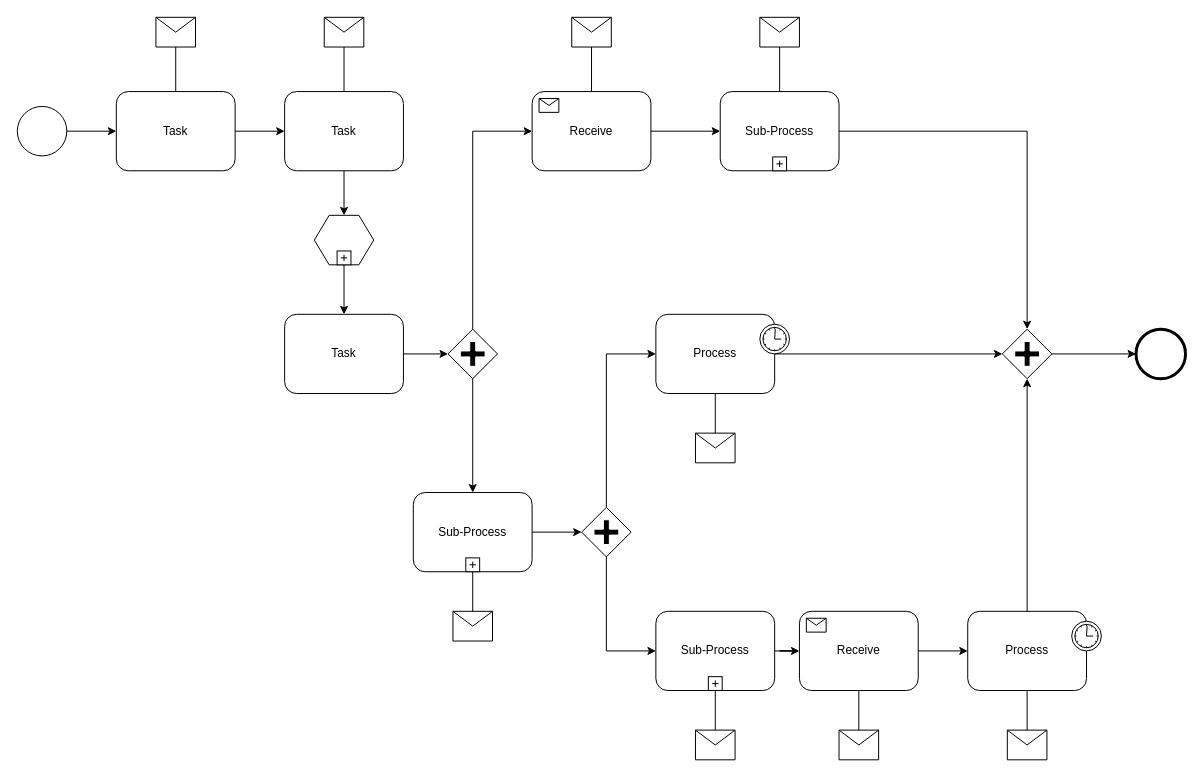
Before: Диаграмма без названия.drawio in AntonKoltsov85/Schemes, a draw.io diagram. Source tidied: cells renumbered, new cells numbered last; positions are measured from the earlier drawing's top-left corner, leaving out a move shared by most shapes. Both pictures are drawn from the tidied source at 99%, with x=0, y=0 at pixel (17, 17).
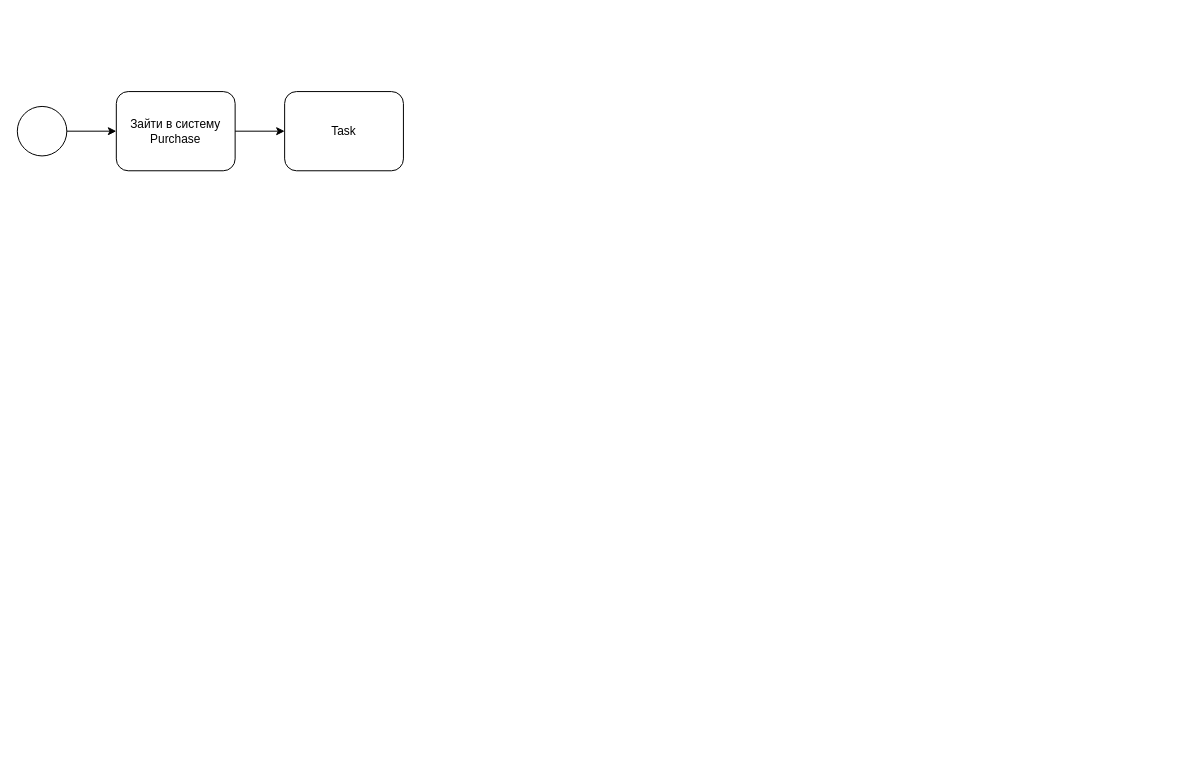
The same diagram, later.

Unchanged cells that the change refers to:
```xml
<mxCell id="4" value="Task" style="shape=ext;rounded=1;html=1;whiteSpace=wrap;" parent="1" vertex="1">
  <mxGeometry x="270" y="75" width="120" height="80" as="geometry" />
</mxCell>
```

The edit, as a diff of the source:
```diff
@@
-    <mxCell id="3" value="Task" style="shape=ext;rounded=1;html=1;whiteSpace=wrap;" parent="1" vertex="1">
+    <mxCell id="3" value="Зайти в систему Purchase" style="shape=ext;rounded=1;html=1;whiteSpace=wrap;" parent="1" vertex="1">
       <mxGeometry x="100" y="75" width="120" height="80" as="geometry" />
     </mxCell>
@@
-    <mxCell id="5" style="shape=message;whiteSpace=wrap;html=1;" parent="1" vertex="1">
-      <mxGeometry x="140" width="40" height="30" as="geometry" />
-    </mxCell>
-    <mxCell id="6" style="shape=message;whiteSpace=wrap;html=1;" parent="1" vertex="1">
-      <mxGeometry x="310" width="40" height="30" as="geometry" />
-    </mxCell>
-    <mxCell id="7" style="shape=hexagon;whiteSpace=wrap;html=1;perimeter=hexagonPerimeter;" parent="1" vertex="1">
-      <mxGeometry x="300" y="200" width="60" height="50" as="geometry" />
-    </mxCell>
-    <mxCell id="8" style="html=1;shape=plus;" parent="7" vertex="1">
-      <mxGeometry x="0.5" y="1" width="14" height="14" relative="1" as="geometry">
-        <mxPoint x="-7" y="-14" as="offset" />
-      </mxGeometry>
-    </mxCell>
-    <mxCell id="9" value="Task" style="shape=ext;rounded=1;html=1;whiteSpace=wrap;" parent="1" vertex="1">
-      <mxGeometry x="270" y="300" width="120" height="80" as="geometry" />
-    </mxCell>
-    <mxCell id="10" style="shape=mxgraph.bpmn.shape;html=1;verticalLabelPosition=bottom;labelBackgroundColor=#ffffff;verticalAlign=top;perimeter=rhombusPerimeter;background=gateway;outline=none;symbol=parallelGw;" parent="1" vertex="1">
-      <mxGeometry x="435" y="315" width="50" height="50" as="geometry" />
-    </mxCell>
-    <mxCell id="11" value="Sub-Process" style="html=1;whiteSpace=wrap;rounded=1;" parent="1" vertex="1">
-      <mxGeometry x="710" y="75" width="120" height="80" as="geometry" />
-    </mxCell>
-    <mxCell id="12" style="html=1;shape=plus;" parent="11" vertex="1">
-      <mxGeometry x="0.5" y="1" width="14" height="14" relative="1" as="geometry">
-        <mxPoint x="-7" y="-14" as="offset" />
-      </mxGeometry>
-    </mxCell>
-    <mxCell id="13" value="Receive" style="html=1;whiteSpace=wrap;rounded=1;" parent="1" vertex="1">
-      <mxGeometry x="520" y="75" width="120" height="80" as="geometry" />
-    </mxCell>
-    <mxCell id="14" style="html=1;shape=message;" parent="13" vertex="1">
-      <mxGeometry width="20" height="14" relative="1" as="geometry">
-        <mxPoint x="7" y="7" as="offset" />
-      </mxGeometry>
-    </mxCell>
-    <mxCell id="15" value="Process" style="html=1;whiteSpace=wrap;rounded=1;" parent="1" vertex="1">
-      <mxGeometry x="645" y="300" width="120" height="80" as="geometry" />
-    </mxCell>
-    <mxCell id="16" style="shape=mxgraph.bpmn.timer_start;perimeter=ellipsePerimeter;html=1;labelPosition=right;labelBackgroundColor=#ffffff;align=left;" parent="15" vertex="1">
-      <mxGeometry x="1" width="30" height="30" relative="1" as="geometry">
-        <mxPoint x="-15" y="10" as="offset" />
-      </mxGeometry>
-    </mxCell>
-    <mxCell id="17" value="Process" style="html=1;whiteSpace=wrap;rounded=1;" parent="1" vertex="1">
-      <mxGeometry x="960" y="600" width="120" height="80" as="geometry" />
-    </mxCell>
-    <mxCell id="18" style="shape=mxgraph.bpmn.timer_start;perimeter=ellipsePerimeter;html=1;labelPosition=right;labelBackgroundColor=#ffffff;align=left;" parent="17" vertex="1">
-      <mxGeometry x="1" width="30" height="30" relative="1" as="geometry">
-        <mxPoint x="-15" y="10" as="offset" />
-      </mxGeometry>
-    </mxCell>
-    <mxCell id="19" value="Receive" style="html=1;whiteSpace=wrap;rounded=1;" parent="1" vertex="1">
-      <mxGeometry x="790" y="600" width="120" height="80" as="geometry" />
-    </mxCell>
-    <mxCell id="20" style="html=1;shape=message;" parent="19" vertex="1">
-      <mxGeometry width="20" height="14" relative="1" as="geometry">
-        <mxPoint x="7" y="7" as="offset" />
-      </mxGeometry>
-    </mxCell>
-    <mxCell id="21" value="Sub-Process" style="html=1;whiteSpace=wrap;rounded=1;" parent="1" vertex="1">
-      <mxGeometry x="645" y="600" width="120" height="80" as="geometry" />
-    </mxCell>
-    <mxCell id="22" style="html=1;shape=plus;" parent="21" vertex="1">
-      <mxGeometry x="0.5" y="1" width="14" height="14" relative="1" as="geometry">
-        <mxPoint x="-7" y="-14" as="offset" />
-      </mxGeometry>
-    </mxCell>
-    <mxCell id="23" style="shape=mxgraph.bpmn.shape;html=1;verticalLabelPosition=bottom;labelBackgroundColor=#ffffff;verticalAlign=top;perimeter=rhombusPerimeter;background=gateway;outline=none;symbol=parallelGw;" parent="1" vertex="1">
-      <mxGeometry x="995" y="315" width="50" height="50" as="geometry" />
-    </mxCell>
-    <mxCell id="24" style="shape=mxgraph.bpmn.shape;html=1;verticalLabelPosition=bottom;labelBackgroundColor=#ffffff;verticalAlign=top;perimeter=ellipsePerimeter;outline=end;symbol=general;" parent="1" vertex="1">
-      <mxGeometry x="1130" y="315" width="50" height="50" as="geometry" />
-    </mxCell>
-    <mxCell id="25" style="shape=message;whiteSpace=wrap;html=1;" parent="1" vertex="1">
-      <mxGeometry x="560" width="40" height="30" as="geometry" />
-    </mxCell>
-    <mxCell id="26" style="shape=message;whiteSpace=wrap;html=1;" parent="1" vertex="1">
-      <mxGeometry x="750" width="40" height="30" as="geometry" />
-    </mxCell>
-    <mxCell id="27" value="Sub-Process" style="html=1;whiteSpace=wrap;rounded=1;" parent="1" vertex="1">
-      <mxGeometry x="400" y="480" width="120" height="80" as="geometry" />
-    </mxCell>
-    <mxCell id="28" style="html=1;shape=plus;" parent="27" vertex="1">
-      <mxGeometry x="0.5" y="1" width="14" height="14" relative="1" as="geometry">
-        <mxPoint x="-7" y="-14" as="offset" />
-      </mxGeometry>
-    </mxCell>
-    <mxCell id="29" style="shape=message;whiteSpace=wrap;html=1;" parent="1" vertex="1">
-      <mxGeometry x="440" y="600" width="40" height="30" as="geometry" />
-    </mxCell>
-    <mxCell id="30" style="shape=message;whiteSpace=wrap;html=1;" parent="1" vertex="1">
-      <mxGeometry x="830" y="720" width="40" height="30" as="geometry" />
-    </mxCell>
-    <mxCell id="31" style="shape=message;whiteSpace=wrap;html=1;" parent="1" vertex="1">
-      <mxGeometry x="1000" y="720" width="40" height="30" as="geometry" />
-    </mxCell>
-    <mxCell id="32" style="shape=message;whiteSpace=wrap;html=1;" parent="1" vertex="1">
-      <mxGeometry x="685" y="720" width="40" height="30" as="geometry" />
-    </mxCell>
-    <mxCell id="33" style="shape=message;whiteSpace=wrap;html=1;" parent="1" vertex="1">
-      <mxGeometry x="685" y="420" width="40" height="30" as="geometry" />
-    </mxCell>
@@
-    <mxCell id="35" style="edgeStyle=orthogonalEdgeStyle;rounded=0;html=1;jettySize=auto;endArrow=none;endFill=0;" parent="1" edge="1" source="5" target="3">
-      <mxGeometry relative="1" as="geometry" />
-    </mxCell>
-    <mxCell id="36" style="edgeStyle=orthogonalEdgeStyle;rounded=0;html=1;jettySize=auto;endArrow=none;endFill=0;" parent="1" edge="1" source="6" target="4">
-      <mxGeometry relative="1" as="geometry" />
-    </mxCell>
@@
-    <mxCell id="38" style="edgeStyle=orthogonalEdgeStyle;rounded=0;html=1;jettySize=auto;" parent="1" edge="1" source="13" target="11">
-      <mxGeometry relative="1" as="geometry" />
-    </mxCell>
-    <mxCell id="39" style="edgeStyle=orthogonalEdgeStyle;rounded=0;html=1;jettySize=auto;endArrow=none;endFill=0;" parent="1" edge="1" source="25" target="13">
-      <mxGeometry relative="1" as="geometry" />
-    </mxCell>
-    <mxCell id="40" style="edgeStyle=orthogonalEdgeStyle;rounded=0;html=1;jettySize=auto;endArrow=none;endFill=0;" parent="1" edge="1" source="26" target="11">
-      <mxGeometry relative="1" as="geometry" />
-    </mxCell>
-    <mxCell id="41" style="edgeStyle=orthogonalEdgeStyle;rounded=0;html=1;jettySize=auto;" parent="1" edge="1" source="11" target="23">
-      <mxGeometry relative="1" as="geometry">
-        <Array as="points">
-          <mxPoint x="1020" y="115" />
-        </Array>
-      </mxGeometry>
-    </mxCell>
-    <mxCell id="42" style="edgeStyle=orthogonalEdgeStyle;rounded=0;html=1;jettySize=auto;" parent="1" edge="1" source="15" target="23">
-      <mxGeometry relative="1" as="geometry" />
-    </mxCell>
-    <mxCell id="43" style="edgeStyle=orthogonalEdgeStyle;rounded=0;html=1;jettySize=auto;" parent="1" edge="1" source="17" target="23">
-      <mxGeometry relative="1" as="geometry" />
-    </mxCell>
-    <mxCell id="44" style="edgeStyle=orthogonalEdgeStyle;rounded=0;html=1;jettySize=auto;" parent="1" edge="1" source="23" target="24">
-      <mxGeometry relative="1" as="geometry" />
-    </mxCell>
-    <mxCell id="45" style="edgeStyle=orthogonalEdgeStyle;rounded=0;html=1;jettySize=auto;" parent="1" edge="1" source="4" target="7">
-      <mxGeometry relative="1" as="geometry" />
-    </mxCell>
-    <mxCell id="46" style="edgeStyle=orthogonalEdgeStyle;rounded=0;html=1;jettySize=auto;" parent="1" edge="1" source="7" target="9">
-      <mxGeometry relative="1" as="geometry" />
-    </mxCell>
-    <mxCell id="47" style="edgeStyle=orthogonalEdgeStyle;rounded=0;html=1;jettySize=auto;" parent="1" edge="1" source="9" target="10">
-      <mxGeometry relative="1" as="geometry" />
-    </mxCell>
-    <mxCell id="48" style="edgeStyle=orthogonalEdgeStyle;rounded=0;html=1;jettySize=auto;" parent="1" edge="1" source="10" target="13">
-      <mxGeometry relative="1" as="geometry">
-        <Array as="points">
-          <mxPoint x="460" y="115" />
-        </Array>
-      </mxGeometry>
-    </mxCell>
-    <mxCell id="49" style="edgeStyle=orthogonalEdgeStyle;rounded=0;html=1;jettySize=auto;" parent="1" edge="1" source="10" target="27">
-      <mxGeometry relative="1" as="geometry" />
-    </mxCell>
-    <mxCell id="50" style="edgeStyle=orthogonalEdgeStyle;rounded=0;html=1;jettySize=auto;endArrow=none;endFill=0;" parent="1" edge="1" source="29" target="27">
-      <mxGeometry relative="1" as="geometry" />
-    </mxCell>
-    <mxCell id="51" style="shape=mxgraph.bpmn.shape;html=1;verticalLabelPosition=bottom;labelBackgroundColor=#ffffff;verticalAlign=top;perimeter=rhombusPerimeter;background=gateway;outline=none;symbol=parallelGw;" parent="1" vertex="1">
-      <mxGeometry x="570" y="495" width="50" height="50" as="geometry" />
-    </mxCell>
-    <mxCell id="52" style="edgeStyle=orthogonalEdgeStyle;rounded=0;html=1;jettySize=auto;" parent="1" edge="1" source="51" target="21">
-      <mxGeometry relative="1" as="geometry">
-        <Array as="points">
-          <mxPoint x="595" y="640" />
-        </Array>
-      </mxGeometry>
-    </mxCell>
-    <mxCell id="53" style="edgeStyle=orthogonalEdgeStyle;rounded=0;html=1;jettySize=auto;" parent="1" edge="1" source="51" target="15">
-      <mxGeometry relative="1" as="geometry">
-        <Array as="points">
-          <mxPoint x="595" y="340" />
-        </Array>
-      </mxGeometry>
-    </mxCell>
-    <mxCell id="54" style="edgeStyle=orthogonalEdgeStyle;rounded=0;html=1;jettySize=auto;endArrow=none;endFill=0;" parent="1" edge="1" source="33" target="15">
-      <mxGeometry relative="1" as="geometry" />
-    </mxCell>
-    <mxCell id="55" style="edgeStyle=orthogonalEdgeStyle;rounded=0;html=1;jettySize=auto;" parent="1" edge="1" source="27" target="51">
-      <mxGeometry relative="1" as="geometry" />
-    </mxCell>
-    <mxCell id="56" style="edgeStyle=orthogonalEdgeStyle;rounded=0;html=1;jettySize=auto;" parent="1" edge="1" source="21" target="19">
-      <mxGeometry relative="1" as="geometry" />
-    </mxCell>
-    <mxCell id="57" style="edgeStyle=orthogonalEdgeStyle;rounded=0;html=1;jettySize=auto;endArrow=none;endFill=0;" parent="1" edge="1" source="32" target="21">
-      <mxGeometry relative="1" as="geometry" />
-    </mxCell>
-    <mxCell id="58" style="edgeStyle=orthogonalEdgeStyle;rounded=0;html=1;jettySize=auto;endArrow=none;endFill=0;" parent="1" edge="1" source="30" target="19">
-      <mxGeometry relative="1" as="geometry" />
-    </mxCell>
-    <mxCell id="59" style="edgeStyle=orthogonalEdgeStyle;rounded=0;html=1;jettySize=auto;endArrow=none;endFill=0;" parent="1" edge="1" source="31" target="17">
-      <mxGeometry relative="1" as="geometry" />
-    </mxCell>
-    <mxCell id="60" style="edgeStyle=orthogonalEdgeStyle;rounded=0;html=1;jettySize=auto;" parent="1" edge="1" source="19" target="17">
-      <mxGeometry relative="1" as="geometry" />
-    </mxCell>
```
